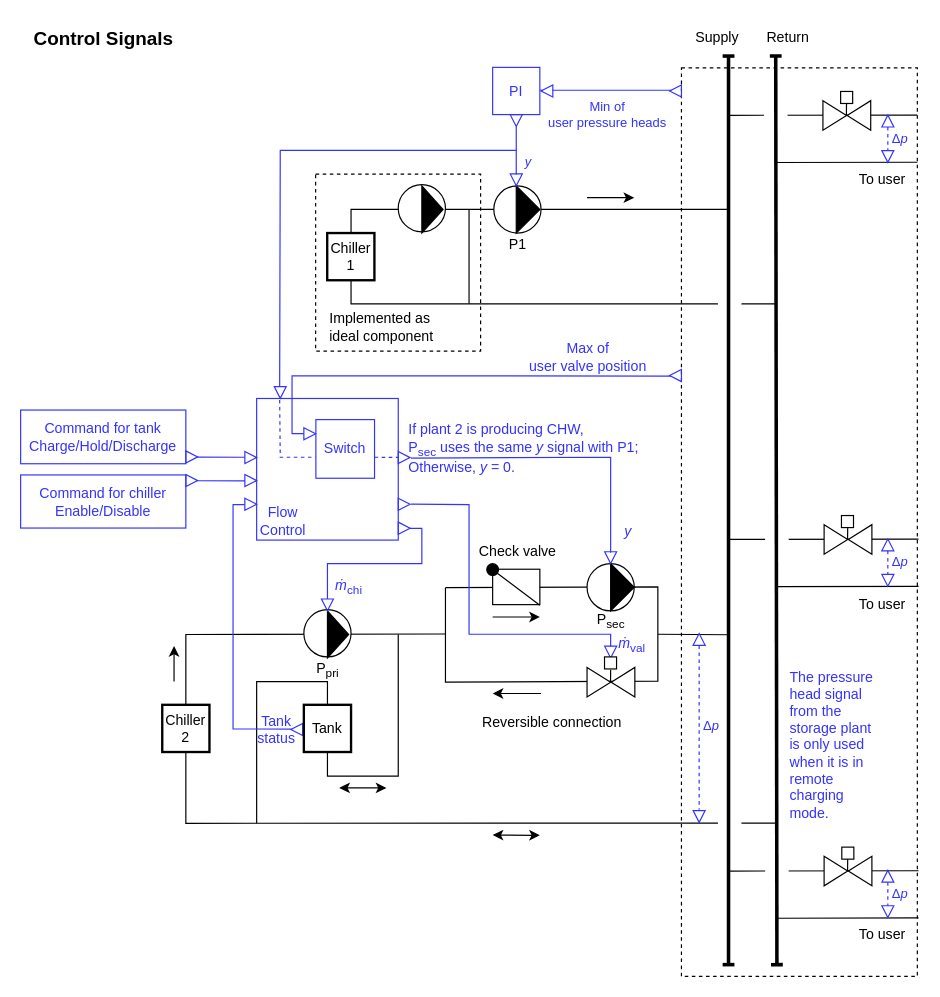
The draw.io diagram Buildings/Resources/Images/Experimental/DHC/Plants/Cooling/ControlSignals.drawio in lbl-srg/modelica-buildings, before the edit. Source tidied: cells renumbered, new cells numbered last; positions are measured from the earlier drawing's top-left corner, leaving out a move shared by most shapes. Both pictures are drawn from the tidied source at 118%, with x=0, y=0 at pixel (20, 20).
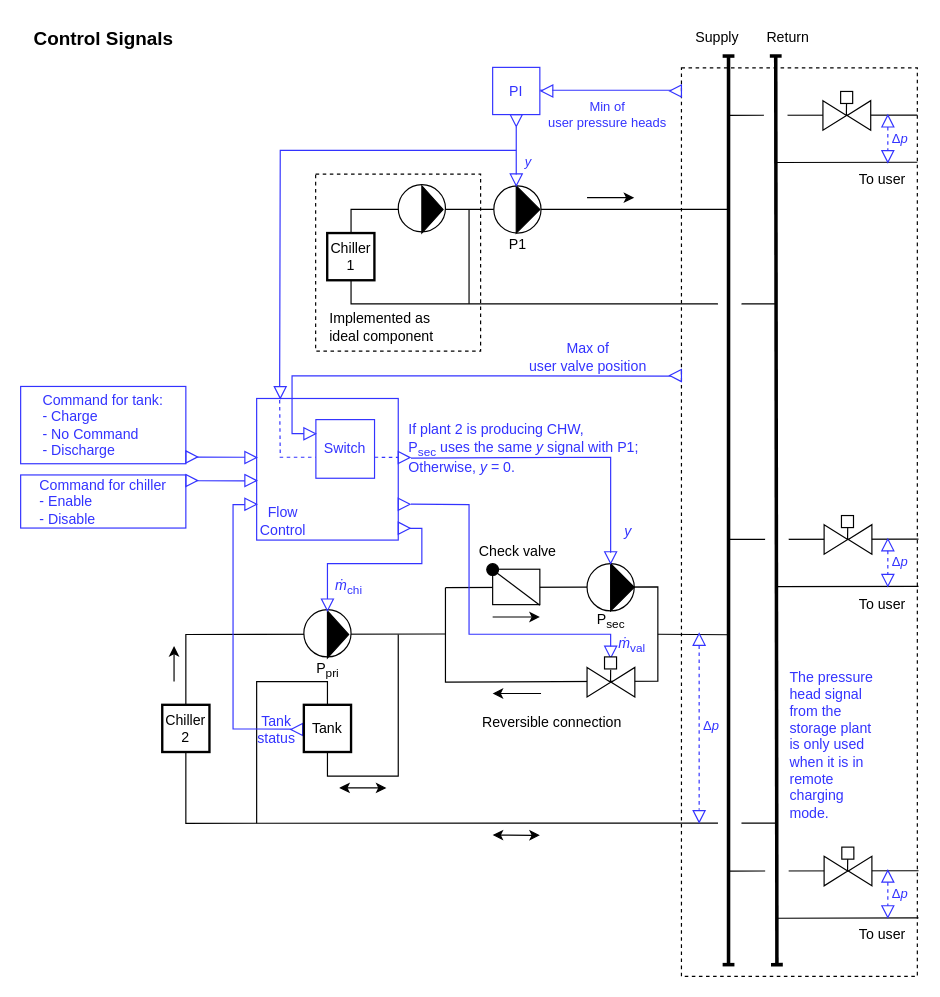
Above is the later version.

What changed in the source:
```diff
@@
-    <mxCell id="41" value="Command for tank&lt;br&gt;Charge/Hold/Discharge" style="rounded=0;whiteSpace=wrap;html=1;strokeColor=#3333FF;fontColor=#3333FF;fillColor=none;" parent="1" vertex="1">
-      <mxGeometry y="330" width="140" height="45.5" as="geometry" />
+    <mxCell id="41" value="Command for tank:&lt;br&gt;&lt;div style=&quot;text-align: left;&quot;&gt;&lt;span style=&quot;background-color: initial;&quot;&gt;- Charge&lt;/span&gt;&lt;/div&gt;&lt;div style=&quot;text-align: left;&quot;&gt;&lt;span style=&quot;background-color: initial;&quot;&gt;- No Command&lt;/span&gt;&lt;/div&gt;&lt;div style=&quot;text-align: left;&quot;&gt;&lt;span style=&quot;background-color: initial;&quot;&gt;- Discharge&lt;/span&gt;&lt;/div&gt;" style="rounded=0;whiteSpace=wrap;html=1;strokeColor=#3333FF;fontColor=#3333FF;fillColor=none;" parent="1" vertex="1">
+      <mxGeometry y="310" width="140" height="65.5" as="geometry" />
     </mxCell>
-    <mxCell id="42" value="Command for chiller&lt;br&gt;Enable/Disable" style="rounded=0;whiteSpace=wrap;html=1;strokeColor=#3333FF;fontColor=#3333FF;fillColor=none;" parent="1" vertex="1">
+    <mxCell id="42" value="Command for chiller&lt;br&gt;&lt;div style=&quot;text-align: left;&quot;&gt;&lt;span style=&quot;background-color: initial;&quot;&gt;- Enable&lt;/span&gt;&lt;/div&gt;&lt;div style=&quot;text-align: left;&quot;&gt;&lt;span style=&quot;background-color: initial;&quot;&gt;- Disable&lt;/span&gt;&lt;/div&gt;" style="rounded=0;whiteSpace=wrap;html=1;strokeColor=#3333FF;fontColor=#3333FF;fillColor=none;" parent="1" vertex="1">
       <mxGeometry y="385" width="140" height="45" as="geometry" />
     </mxCell>
```
